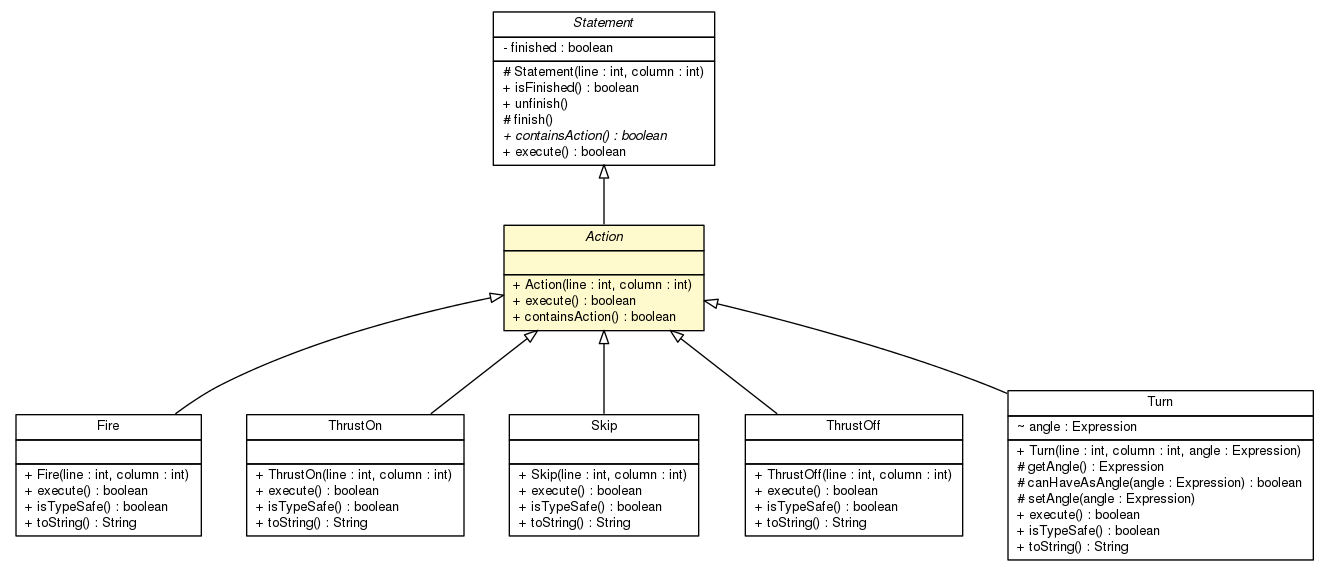
sinopeus/asteroids keeps this Graphviz diagram as doc/model/programs/parsing/language/statement/action/Action.png. Above is the earlier version. Its source is kept beside it as doc/model/programs/parsing/language/statement/action/Action.dot.
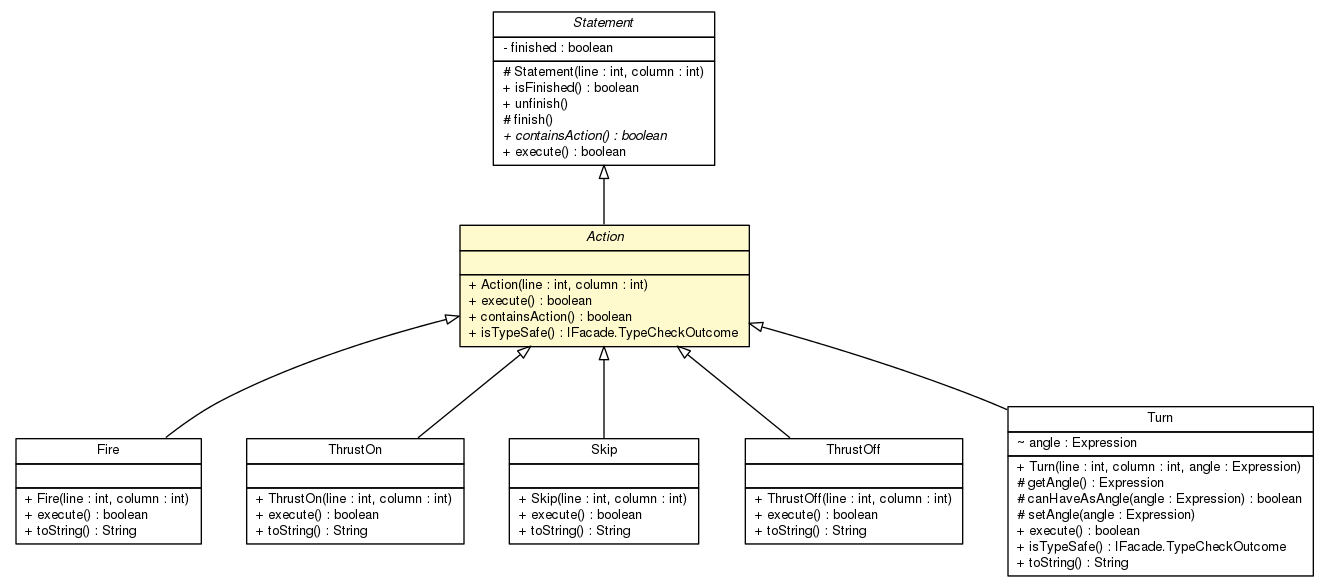
The same file after the commit.

Diff of the diagram source:
```diff
@@ -31,6 +31,7 @@
 <tr><td align="left" balign="left"> + Action(line : int, column : int) </td></tr>
 <tr><td align="left" balign="left"> + execute() : boolean </td></tr>
 <tr><td align="left" balign="left"> + containsAction() : boolean </td></tr>
+<tr><td align="left" balign="left"> + isTypeSafe() : IFacade.TypeCheckOutcome </td></tr>
 		</table></td></tr>
 		</table>>, URL="./Action.html", fontname="Helvetica", fontcolor="black", fontsize=10.0];
 	c2871 [label=<<table title="model.programs.parsing.language.statement.action.Fire" border="0" cellborder="1" cellspacing="0" cellpadding="2" port="p" href="./Fire.html">
@@ -43,7 +44,6 @@
 		<tr><td><table border="0" cellspacing="0" cellpadding="1">
 <tr><td align="left" balign="left"> + Fire(line : int, column : int) </td></tr>
 <tr><td align="left" balign="left"> + execute() : boolean </td></tr>
-<tr><td align="left" balign="left"> + isTypeSafe() : boolean </td></tr>
 <tr><td align="left" balign="left"> + toString() : String </td></tr>
 		</table></td></tr>
 		</table>>, URL="./Fire.html", fontname="Helvetica", fontcolor="black", fontsize=10.0];
@@ -57,7 +57,6 @@
 		<tr><td><table border="0" cellspacing="0" cellpadding="1">
 <tr><td align="left" balign="left"> + ThrustOn(line : int, column : int) </td></tr>
 <tr><td align="left" balign="left"> + execute() : boolean </td></tr>
-<tr><td align="left" balign="left"> + isTypeSafe() : boolean </td></tr>
 <tr><td align="left" balign="left"> + toString() : String </td></tr>
 		</table></td></tr>
 		</table>>, URL="./ThrustOn.html", fontname="Helvetica", fontcolor="black", fontsize=10.0];
@@ -71,7 +70,6 @@
 		<tr><td><table border="0" cellspacing="0" cellpadding="1">
 <tr><td align="left" balign="left"> + Skip(line : int, column : int) </td></tr>
 <tr><td align="left" balign="left"> + execute() : boolean </td></tr>
-<tr><td align="left" balign="left"> + isTypeSafe() : boolean </td></tr>
 <tr><td align="left" balign="left"> + toString() : String </td></tr>
 		</table></td></tr>
 		</table>>, URL="./Skip.html", fontname="Helvetica", fontcolor="black", fontsize=10.0];
@@ -85,7 +83,6 @@
 		<tr><td><table border="0" cellspacing="0" cellpadding="1">
 <tr><td align="left" balign="left"> + ThrustOff(line : int, column : int) </td></tr>
 <tr><td align="left" balign="left"> + execute() : boolean </td></tr>
-<tr><td align="left" balign="left"> + isTypeSafe() : boolean </td></tr>
 <tr><td align="left" balign="left"> + toString() : String </td></tr>
 		</table></td></tr>
 		</table>>, URL="./ThrustOff.html", fontname="Helvetica", fontcolor="black", fontsize=10.0];
@@ -102,7 +99,7 @@
 <tr><td align="left" balign="left"> # canHaveAsAngle(angle : Expression) : boolean </td></tr>
 <tr><td align="left" balign="left"> # setAngle(angle : Expression) </td></tr>
 <tr><td align="left" balign="left"> + execute() : boolean </td></tr>
-<tr><td align="left" balign="left"> + isTypeSafe() : boolean </td></tr>
+<tr><td align="left" balign="left"> + isTypeSafe() : IFacade.TypeCheckOutcome </td></tr>
 <tr><td align="left" balign="left"> + toString() : String </td></tr>
 		</table></td></tr>
 		</table>>, URL="./Turn.html", fontname="Helvetica", fontcolor="black", fontsize=10.0];
```
